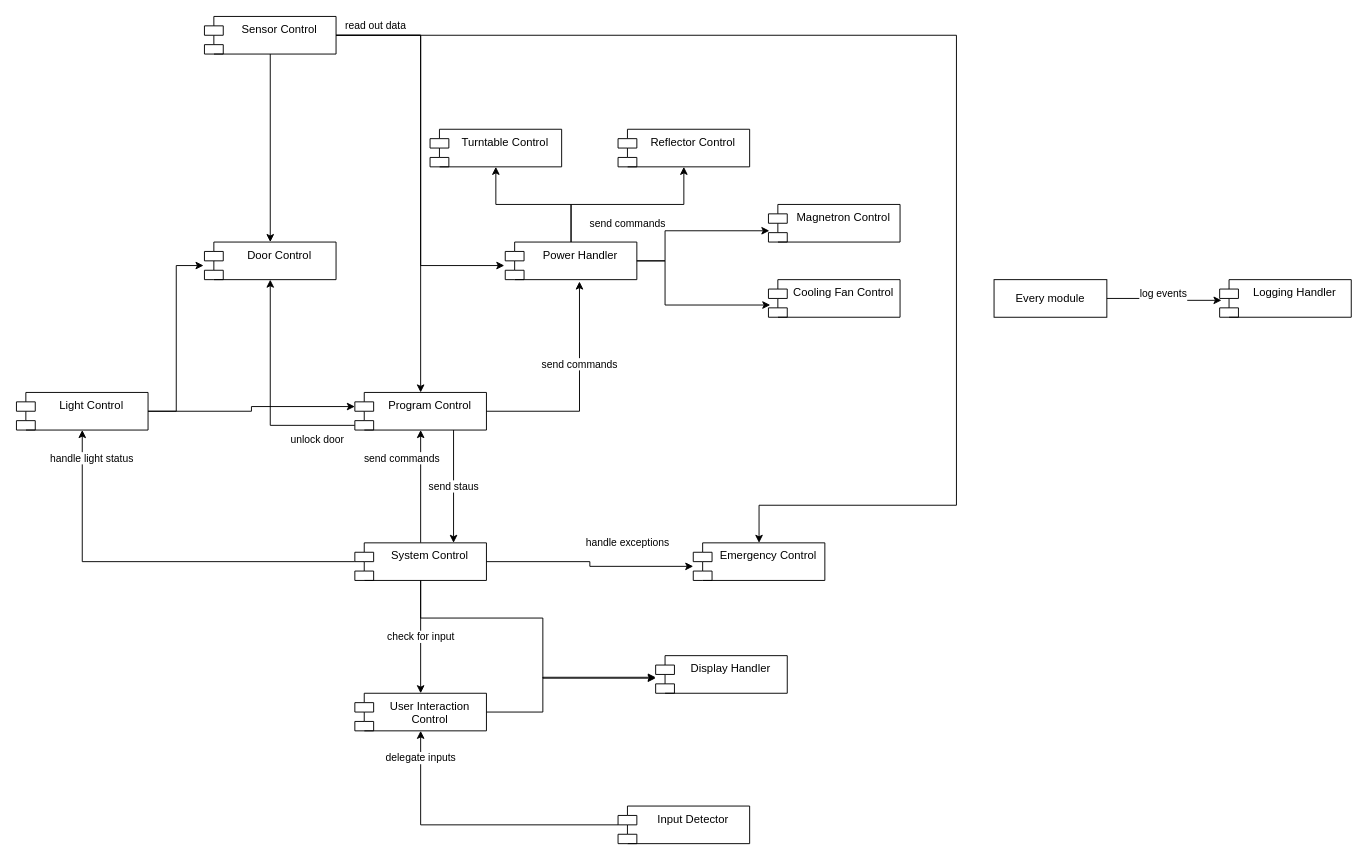
The draw.io diagram docs/architecture.drawio in tj0vtj0v/KI-B-4-Software_Engineering, before the edit. Source tidied: cells renumbered, new cells numbered last; positions are measured from the earlier drawing's top-left corner, leaving out a move shared by most shapes. Both pictures are drawn from the tidied source at 94%, with x=0, y=0 at pixel (16, 16).
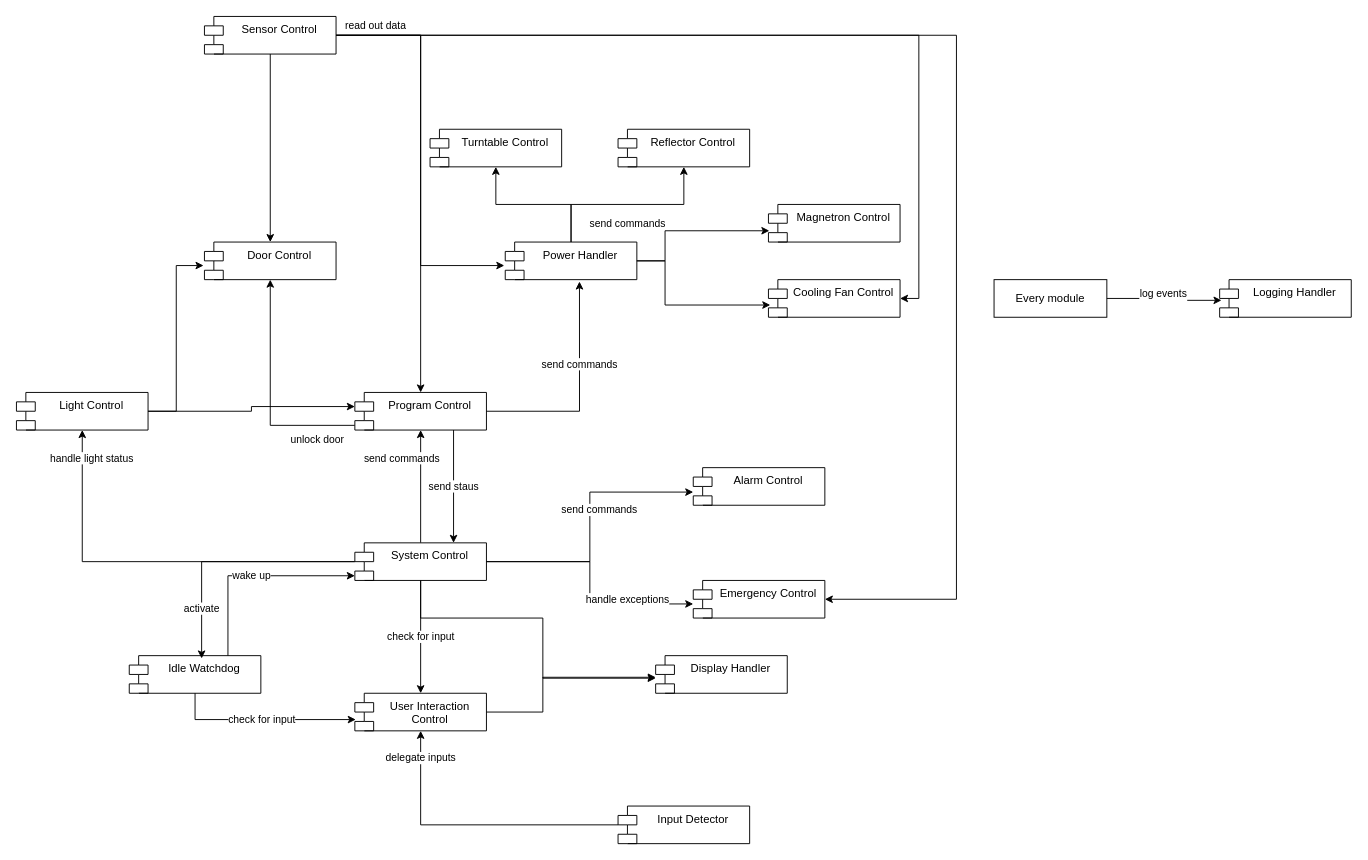
After the change.

Commit message (it also covers changes not shown here):
add Architecture Diagrams

Unchanged cells that the change refers to:
```xml
<mxCell id="5" value="System Control" style="shape=module;align=left;spacingLeft=20;align=center;verticalAlign=top;whiteSpace=wrap;html=1;" parent="1" vertex="1">
  <mxGeometry x="360" y="560" width="140" height="40" as="geometry" />
</mxCell>
<mxCell id="16" value="Sensor Control" style="shape=module;align=left;spacingLeft=20;align=center;verticalAlign=top;whiteSpace=wrap;html=1;" parent="1" vertex="1">
  <mxGeometry x="200" width="140" height="40" as="geometry" />
</mxCell>
<mxCell id="20" value="Cooling Fan Control" style="shape=module;align=left;spacingLeft=20;align=center;verticalAlign=top;whiteSpace=wrap;html=1;" parent="1" vertex="1">
  <mxGeometry x="800" y="280" width="140" height="40" as="geometry" />
</mxCell>
<mxCell id="30" value="User Interaction Control" style="shape=module;align=left;spacingLeft=20;align=center;verticalAlign=top;whiteSpace=wrap;html=1;" parent="1" vertex="1">
  <mxGeometry x="360" y="720" width="140" height="40" as="geometry" />
</mxCell>
```

Diff of the diagram source:
```diff
@@
-    <mxCell id="15" value="read out data" style="edgeStyle=orthogonalEdgeStyle;rounded=0;jettySize=auto;html=1;entryX=0.5;entryY=0;entryDx=0;entryDy=0;" parent="1" edge="1" source="16" target="28">
+    <mxCell id="15" value="read out data" style="edgeStyle=orthogonalEdgeStyle;rounded=0;jettySize=auto;html=1;entryX=1;entryY=0.5;entryDx=0;entryDy=0;" parent="1" edge="1" source="16" target="28">
       <mxGeometry x="-0.94" y="10" relative="1" as="geometry">
         <Array as="points">
           <mxPoint x="1000" y="20" />
-          <mxPoint x="1000" y="520" />
-          <mxPoint x="790" y="520" />
+          <mxPoint x="1000" y="620" />
         </Array>
       </mxGeometry>
     </mxCell>
+    <mxCell id="39" style="edgeStyle=orthogonalEdgeStyle;rounded=0;jettySize=auto;html=1;entryX=1;entryY=0.5;entryDx=0;entryDy=0;" parent="1" edge="1" source="16" target="20">
+      <mxGeometry relative="1" as="geometry" />
+    </mxCell>
@@
     <mxCell id="28" value="Emergency Control" style="shape=module;align=left;spacingLeft=20;align=center;verticalAlign=top;whiteSpace=wrap;html=1;" parent="1" vertex="1">
-      <mxGeometry x="720" y="560" width="140" height="40" as="geometry" />
+      <mxGeometry x="720" y="600" width="140" height="40" as="geometry" />
     </mxCell>
     <mxCell id="29" value="handle exceptions" style="edgeStyle=orthogonalEdgeStyle;rounded=0;jettySize=auto;html=1;entryX=0;entryY=0.625;entryDx=0;entryDy=0;entryPerimeter=0;" parent="1" edge="1" source="5" target="28">
-      <mxGeometry x="0.38" y="25" relative="1" as="geometry" />
+      <mxGeometry x="0.47" y="5" relative="1" as="geometry" />
     </mxCell>
@@
+    <mxCell id="40" value="Alarm Control" style="shape=module;align=left;spacingLeft=20;align=center;verticalAlign=top;whiteSpace=wrap;html=1;" parent="1" vertex="1">
+      <mxGeometry x="720" y="480" width="140" height="40" as="geometry" />
+    </mxCell>
+    <mxCell id="41" value="send commands" style="edgeStyle=orthogonalEdgeStyle;rounded=0;jettySize=auto;html=1;exitX=1;exitY=0.5;exitDx=0;exitDy=0;entryX=0;entryY=0.65;entryDx=0;entryDy=0;entryPerimeter=0;" parent="1" edge="1" source="5" target="40">
+      <mxGeometry x="0.12" y="-10" relative="1" as="geometry" />
+    </mxCell>
+    <mxCell id="42" value="&lt;div&gt;Idle Watchdog&lt;/div&gt;" style="shape=module;align=left;spacingLeft=20;align=center;verticalAlign=top;whiteSpace=wrap;html=1;" parent="1" vertex="1">
+      <mxGeometry x="120" y="680" width="140" height="40" as="geometry" />
+    </mxCell>
+    <mxCell id="43" value="activate" style="edgeStyle=orthogonalEdgeStyle;rounded=0;jettySize=auto;html=1;entryX=0.55;entryY=0.075;entryDx=0;entryDy=0;entryPerimeter=0;" parent="1" edge="1" source="5" target="42">
+      <mxGeometry x="0.6" relative="1" as="geometry" />
+    </mxCell>
+    <mxCell id="44" value="wake up" style="edgeStyle=orthogonalEdgeStyle;rounded=0;jettySize=auto;html=1;exitX=0.75;exitY=0;exitDx=0;exitDy=0;entryX=0;entryY=0;entryDx=0;entryDy=35;entryPerimeter=0;" parent="1" edge="1" source="42" target="5">
+      <mxGeometry relative="1" as="geometry" />
+    </mxCell>
+    <mxCell id="45" value="check for input" style="edgeStyle=orthogonalEdgeStyle;rounded=0;jettySize=auto;html=1;exitX=0.5;exitY=1;exitDx=0;exitDy=0;entryX=0.007;entryY=0.7;entryDx=0;entryDy=0;entryPerimeter=0;" parent="1" edge="1" source="42" target="30">
+      <mxGeometry relative="1" as="geometry" />
+    </mxCell>
```
